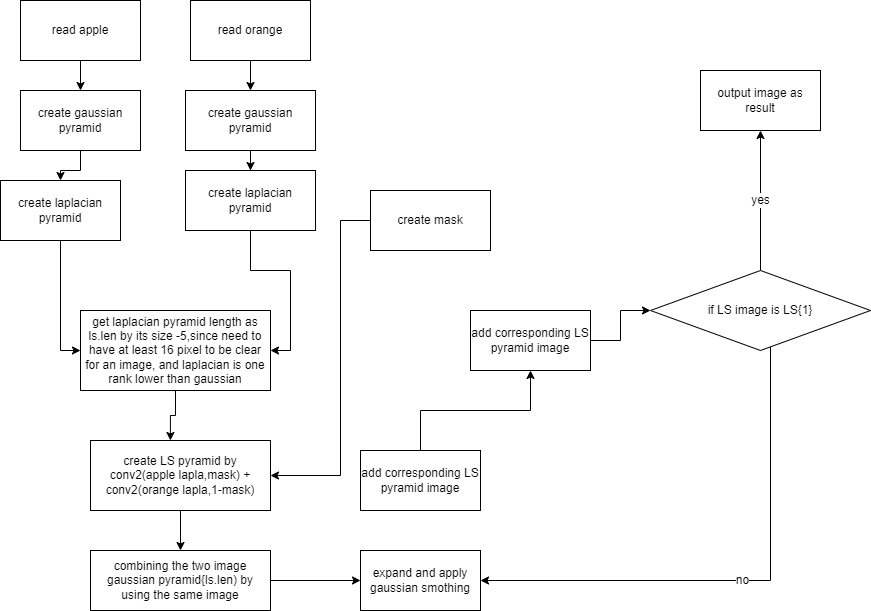
The draw.io diagram flowchart/image-blending.png in asapacsin/image-hybrid-and-bending, before a commit. Source tidied: cells renumbered, new cells last; positions are measured from the earlier drawing's top-left corner, leaving out a move shared by most shapes. The source it was exported from:
```xml
<mxGraphModel>
  <root>
    <mxCell id="0" />
    <mxCell id="1" parent="0" />
    <mxCell id="2" style="edgeStyle=orthogonalEdgeStyle;rounded=0;jettySize=auto;html=1;" parent="1" edge="1" source="3" target="9">
      <mxGeometry relative="1" as="geometry" />
    </mxCell>
    <mxCell id="3" value="read apple" style="rounded=0;whiteSpace=wrap;html=1;" parent="1" vertex="1">
      <mxGeometry x="20" width="120" height="60" as="geometry" />
    </mxCell>
    <mxCell id="4" style="edgeStyle=orthogonalEdgeStyle;rounded=0;jettySize=auto;html=1;entryX=0.5;entryY=0;entryDx=0;entryDy=0;" parent="1" edge="1" source="5" target="11">
      <mxGeometry relative="1" as="geometry" />
    </mxCell>
    <mxCell id="5" value="read orange" style="rounded=0;whiteSpace=wrap;html=1;" parent="1" vertex="1">
      <mxGeometry x="190" width="120" height="60" as="geometry" />
    </mxCell>
    <mxCell id="6" style="edgeStyle=orthogonalEdgeStyle;rounded=0;jettySize=auto;html=1;" parent="1" edge="1" source="7" target="19">
      <mxGeometry relative="1" as="geometry">
        <Array as="points">
          <mxPoint x="340" y="220" />
          <mxPoint x="340" y="475" />
        </Array>
      </mxGeometry>
    </mxCell>
    <mxCell id="7" value="create mask" style="rounded=0;whiteSpace=wrap;html=1;" parent="1" vertex="1">
      <mxGeometry x="370" y="190" width="120" height="60" as="geometry" />
    </mxCell>
    <mxCell id="8" style="edgeStyle=orthogonalEdgeStyle;rounded=0;jettySize=auto;html=1;entryX=0.5;entryY=0;entryDx=0;entryDy=0;" parent="1" edge="1" source="9" target="13">
      <mxGeometry relative="1" as="geometry" />
    </mxCell>
    <mxCell id="9" value="create gaussian pyramid" style="rounded=0;whiteSpace=wrap;html=1;" parent="1" vertex="1">
      <mxGeometry x="20" y="90" width="120" height="60" as="geometry" />
    </mxCell>
    <mxCell id="10" style="edgeStyle=orthogonalEdgeStyle;rounded=0;jettySize=auto;html=1;" parent="1" edge="1" source="11" target="15">
      <mxGeometry relative="1" as="geometry" />
    </mxCell>
    <mxCell id="11" value="create gaussian pyramid" style="rounded=0;whiteSpace=wrap;html=1;" parent="1" vertex="1">
      <mxGeometry x="185" y="90" width="130" height="60" as="geometry" />
    </mxCell>
    <mxCell id="12" style="edgeStyle=orthogonalEdgeStyle;rounded=0;jettySize=auto;html=1;entryX=0;entryY=0.5;entryDx=0;entryDy=0;" parent="1" edge="1" source="13" target="17">
      <mxGeometry relative="1" as="geometry" />
    </mxCell>
    <mxCell id="13" value="create laplacian pyramid" style="rounded=0;whiteSpace=wrap;html=1;" parent="1" vertex="1">
      <mxGeometry y="180" width="120" height="60" as="geometry" />
    </mxCell>
    <mxCell id="14" style="edgeStyle=orthogonalEdgeStyle;rounded=0;jettySize=auto;html=1;entryX=1;entryY=0.5;entryDx=0;entryDy=0;" parent="1" edge="1" source="15" target="17">
      <mxGeometry relative="1" as="geometry" />
    </mxCell>
    <mxCell id="15" value="create laplacian pyramid" style="rounded=0;whiteSpace=wrap;html=1;" parent="1" vertex="1">
      <mxGeometry x="185" y="170" width="130" height="60" as="geometry" />
    </mxCell>
    <mxCell id="16" style="edgeStyle=orthogonalEdgeStyle;rounded=0;jettySize=auto;html=1;entryX=0.444;entryY=0;entryDx=0;entryDy=0;entryPerimeter=0;" parent="1" edge="1" source="17" target="19">
      <mxGeometry relative="1" as="geometry" />
    </mxCell>
    <mxCell id="17" value="get laplacian pyramid length as ls.len by its size -5,since need to have at least 16 pixel to be clear for an image, and laplacian is one rank lower than gaussian" style="rounded=0;whiteSpace=wrap;html=1;" parent="1" vertex="1">
      <mxGeometry x="80" y="310" width="190" height="80" as="geometry" />
    </mxCell>
    <mxCell id="18" style="edgeStyle=orthogonalEdgeStyle;rounded=0;jettySize=auto;html=1;" parent="1" edge="1" source="19" target="21">
      <mxGeometry relative="1" as="geometry" />
    </mxCell>
    <mxCell id="19" value="create LS pyramid by conv2(apple lapla,mask) + conv2(orange lapla,1-mask)" style="rounded=0;whiteSpace=wrap;html=1;" parent="1" vertex="1">
      <mxGeometry x="90" y="440" width="180" height="70" as="geometry" />
    </mxCell>
    <mxCell id="20" style="edgeStyle=orthogonalEdgeStyle;rounded=0;jettySize=auto;html=1;entryX=0;entryY=0.5;entryDx=0;entryDy=0;" parent="1" edge="1" source="21" target="22">
      <mxGeometry relative="1" as="geometry" />
    </mxCell>
    <mxCell id="21" value="combining the two image gaussian pyramid{ls.len) by using the same image" style="rounded=0;whiteSpace=wrap;html=1;" parent="1" vertex="1">
      <mxGeometry x="90" y="550" width="180" height="60" as="geometry" />
    </mxCell>
    <mxCell id="22" value="expand and apply gaussian smothing" style="rounded=0;whiteSpace=wrap;html=1;" parent="1" vertex="1">
      <mxGeometry x="360" y="550" width="120" height="60" as="geometry" />
    </mxCell>
    <mxCell id="23" style="edgeStyle=orthogonalEdgeStyle;rounded=0;jettySize=auto;html=1;" parent="1" edge="1" source="24" target="26">
      <mxGeometry relative="1" as="geometry" />
    </mxCell>
    <mxCell id="24" value="add corresponding LS pyramid image" style="rounded=0;whiteSpace=wrap;html=1;" parent="1" vertex="1">
      <mxGeometry x="360" y="450" width="120" height="60" as="geometry" />
    </mxCell>
    <mxCell id="25" style="edgeStyle=orthogonalEdgeStyle;rounded=0;jettySize=auto;html=1;" parent="1" edge="1" source="26" target="29">
      <mxGeometry relative="1" as="geometry" />
    </mxCell>
    <mxCell id="26" value="add corresponding LS pyramid image" style="rounded=0;whiteSpace=wrap;html=1;" parent="1" vertex="1">
      <mxGeometry x="470" y="310" width="120" height="60" as="geometry" />
    </mxCell>
    <mxCell id="27" value="no" style="edgeStyle=orthogonalEdgeStyle;rounded=0;jettySize=auto;html=1;" parent="1" edge="1" source="29" target="22">
      <mxGeometry relative="1" as="geometry">
        <Array as="points">
          <mxPoint x="770" y="580" />
        </Array>
      </mxGeometry>
    </mxCell>
    <mxCell id="28" value="yes" style="edgeStyle=orthogonalEdgeStyle;rounded=0;jettySize=auto;html=1;entryX=0.5;entryY=1;entryDx=0;entryDy=0;entryPerimeter=0;" parent="1" edge="1" source="29" target="30">
      <mxGeometry relative="1" as="geometry" />
    </mxCell>
    <mxCell id="29" value="if LS image is LS{1}" style="rhombus;whiteSpace=wrap;html=1;" parent="1" vertex="1">
      <mxGeometry x="650" y="270" width="220" height="80" as="geometry" />
    </mxCell>
    <mxCell id="30" value="output image as result" style="rounded=0;whiteSpace=wrap;html=1;" parent="1" vertex="1">
      <mxGeometry x="700" y="70" width="120" height="60" as="geometry" />
    </mxCell>
  </root>
</mxGraphModel>
```
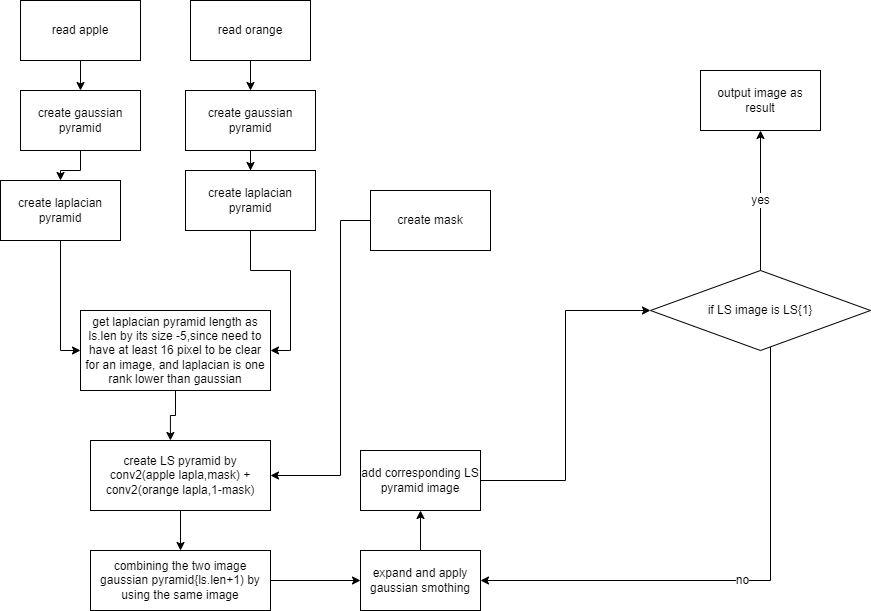
After the commit.

Change to the diagram source:
```diff
@@ -64,24 +64,21 @@
     <mxCell id="20" style="edgeStyle=orthogonalEdgeStyle;rounded=0;jettySize=auto;html=1;entryX=0;entryY=0.5;entryDx=0;entryDy=0;" parent="1" edge="1" source="21" target="22">
       <mxGeometry relative="1" as="geometry" />
     </mxCell>
-    <mxCell id="21" value="combining the two image gaussian pyramid{ls.len) by using the same image" style="rounded=0;whiteSpace=wrap;html=1;" parent="1" vertex="1">
+    <mxCell id="21" value="combining the two image gaussian pyramid{ls.len+1) by using the same image" style="rounded=0;whiteSpace=wrap;html=1;" parent="1" vertex="1">
       <mxGeometry x="90" y="550" width="180" height="60" as="geometry" />
     </mxCell>
+    <mxCell id="31" style="edgeStyle=orthogonalEdgeStyle;rounded=0;jettySize=auto;html=1;entryX=0.5;entryY=1;entryDx=0;entryDy=0;" parent="1" edge="1" source="22" target="24">
+      <mxGeometry relative="1" as="geometry" />
+    </mxCell>
     <mxCell id="22" value="expand and apply gaussian smothing" style="rounded=0;whiteSpace=wrap;html=1;" parent="1" vertex="1">
       <mxGeometry x="360" y="550" width="120" height="60" as="geometry" />
     </mxCell>
-    <mxCell id="23" style="edgeStyle=orthogonalEdgeStyle;rounded=0;jettySize=auto;html=1;" parent="1" edge="1" source="24" target="26">
-      <mxGeometry relative="1" as="geometry" />
-    </mxCell>
+    <mxCell id="32" style="edgeStyle=orthogonalEdgeStyle;rounded=0;jettySize=auto;html=1;entryX=0;entryY=0.5;entryDx=0;entryDy=0;" parent="1" edge="1" source="24" target="29">
+      <mxGeometry relative="1" as="geometry" />
+    </mxCell>
     <mxCell id="24" value="add corresponding LS pyramid image" style="rounded=0;whiteSpace=wrap;html=1;" parent="1" vertex="1">
       <mxGeometry x="360" y="450" width="120" height="60" as="geometry" />
     </mxCell>
-    <mxCell id="25" style="edgeStyle=orthogonalEdgeStyle;rounded=0;jettySize=auto;html=1;" parent="1" edge="1" source="26" target="29">
-      <mxGeometry relative="1" as="geometry" />
-    </mxCell>
-    <mxCell id="26" value="add corresponding LS pyramid image" style="rounded=0;whiteSpace=wrap;html=1;" parent="1" vertex="1">
-      <mxGeometry x="470" y="310" width="120" height="60" as="geometry" />
-    </mxCell>
     <mxCell id="27" value="no" style="edgeStyle=orthogonalEdgeStyle;rounded=0;jettySize=auto;html=1;" parent="1" edge="1" source="29" target="22">
       <mxGeometry relative="1" as="geometry">
         <Array as="points">
```
